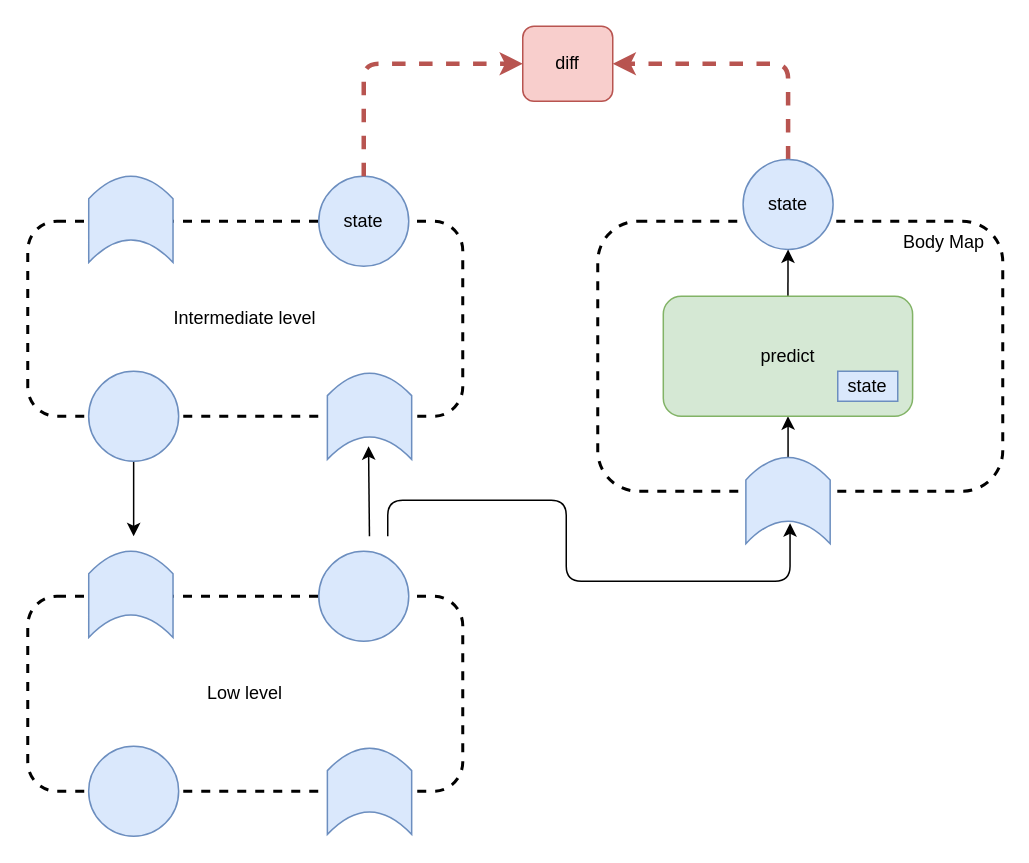
This is page "proprioception" (6 of 8) of files/An-agi-architecture-v1.drawio from malcolmlett/malcolmlett.github.io, a draw.io file, before an edit. Source tidied: cells renumbered, new cells numbered last; positions are measured from the earlier drawing's top-left corner, leaving out a move shared by most shapes. Both pictures are drawn from the tidied source at 150%, with x=0, y=0 at pixel (27, 26).
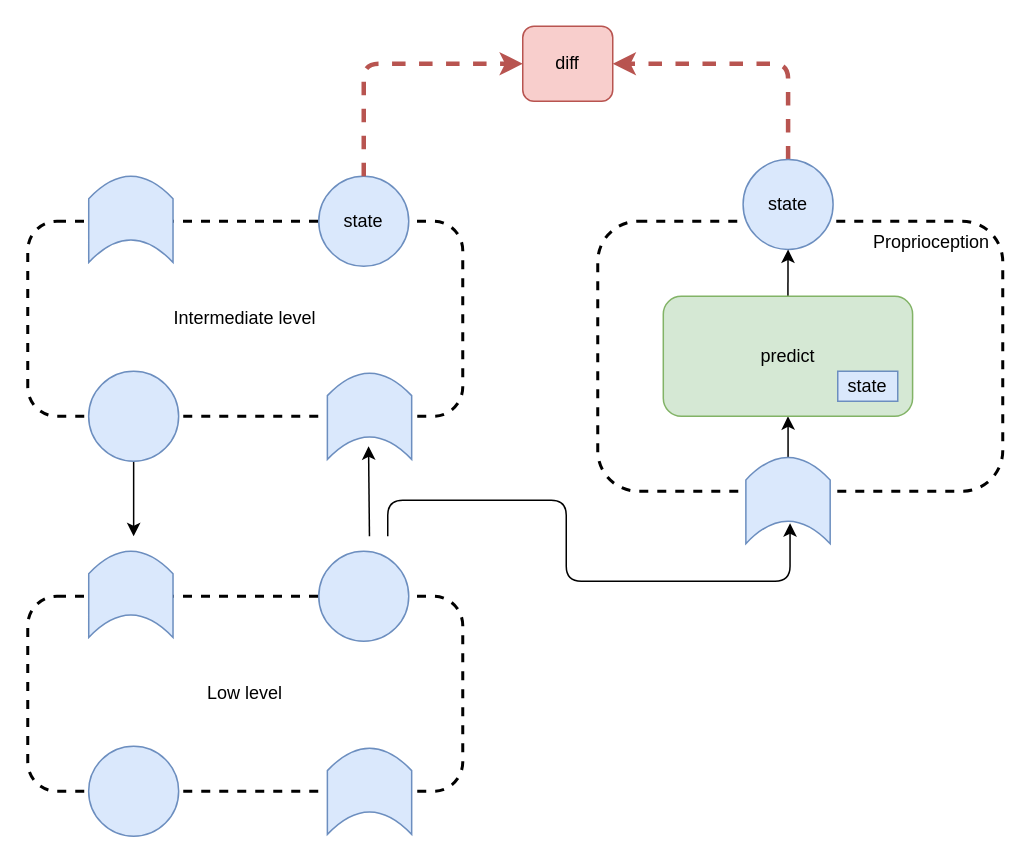
Above is the later version.

Change to the diagram source:
```diff
@@
-    <mxCell id="19" value="Body Map&amp;nbsp; &amp;nbsp;" style="rounded=1;whiteSpace=wrap;html=1;fillColor=none;dashed=1;strokeWidth=2;verticalAlign=top;align=right;" parent="1" vertex="1">
+    <mxCell id="19" value="Proprioception&amp;nbsp;&amp;nbsp;" style="rounded=1;whiteSpace=wrap;html=1;fillColor=none;dashed=1;strokeWidth=2;verticalAlign=top;align=right;" parent="1" vertex="1">
       <mxGeometry x="380" y="130" width="270" height="180" as="geometry" />
     </mxCell>
```
